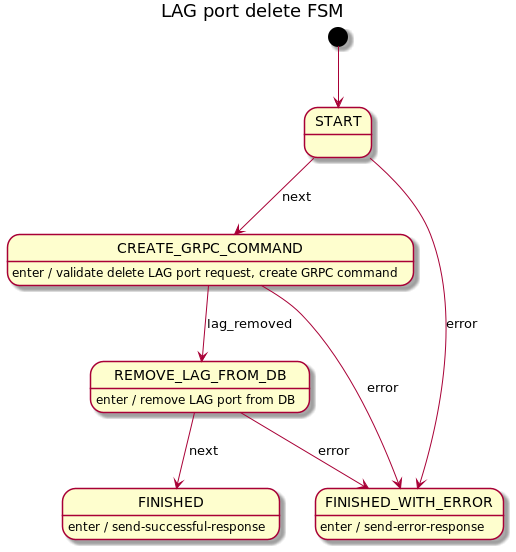
Earlier version of the PlantUML export docs/design/hub-and-spoke/lag/delete/delete-lag-port-fsm.png (telstra/open-kilda).
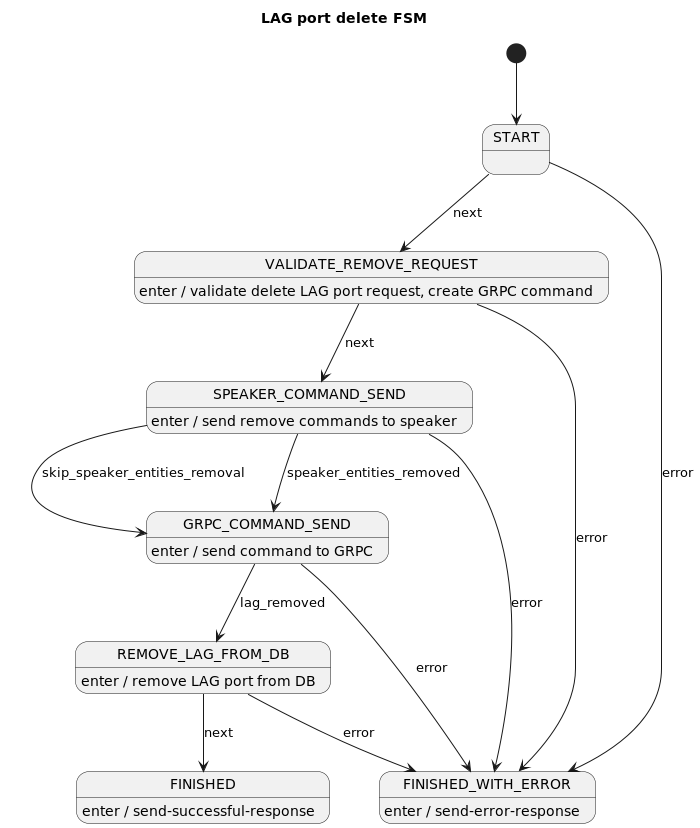
After the commit.

The edit, as a diff of the source:
```diff
@@ -3,12 +3,21 @@
 
 [*] --> START
 
-START --> CREATE_GRPC_COMMAND : next
+START --> VALIDATE_REMOVE_REQUEST : next
 START --> FINISHED_WITH_ERROR : error
 
-CREATE_GRPC_COMMAND --> REMOVE_LAG_FROM_DB : lag_removed
-CREATE_GRPC_COMMAND --> FINISHED_WITH_ERROR : error
-CREATE_GRPC_COMMAND : enter / validate delete LAG port request, create GRPC command
+VALIDATE_REMOVE_REQUEST --> SPEAKER_COMMAND_SEND : next
+VALIDATE_REMOVE_REQUEST --> FINISHED_WITH_ERROR : error
+VALIDATE_REMOVE_REQUEST : enter / validate delete LAG port request, create GRPC command
+
+SPEAKER_COMMAND_SEND --> GRPC_COMMAND_SEND : skip_speaker_entities_removal
+SPEAKER_COMMAND_SEND --> GRPC_COMMAND_SEND : speaker_entities_removed
+SPEAKER_COMMAND_SEND --> FINISHED_WITH_ERROR : error
+SPEAKER_COMMAND_SEND : enter / send remove commands to speaker
+
+GRPC_COMMAND_SEND --> REMOVE_LAG_FROM_DB : lag_removed
+GRPC_COMMAND_SEND --> FINISHED_WITH_ERROR : error
+GRPC_COMMAND_SEND : enter / send command to GRPC
 
 REMOVE_LAG_FROM_DB --> FINISHED : next
 REMOVE_LAG_FROM_DB --> FINISHED_WITH_ERROR : error
```
